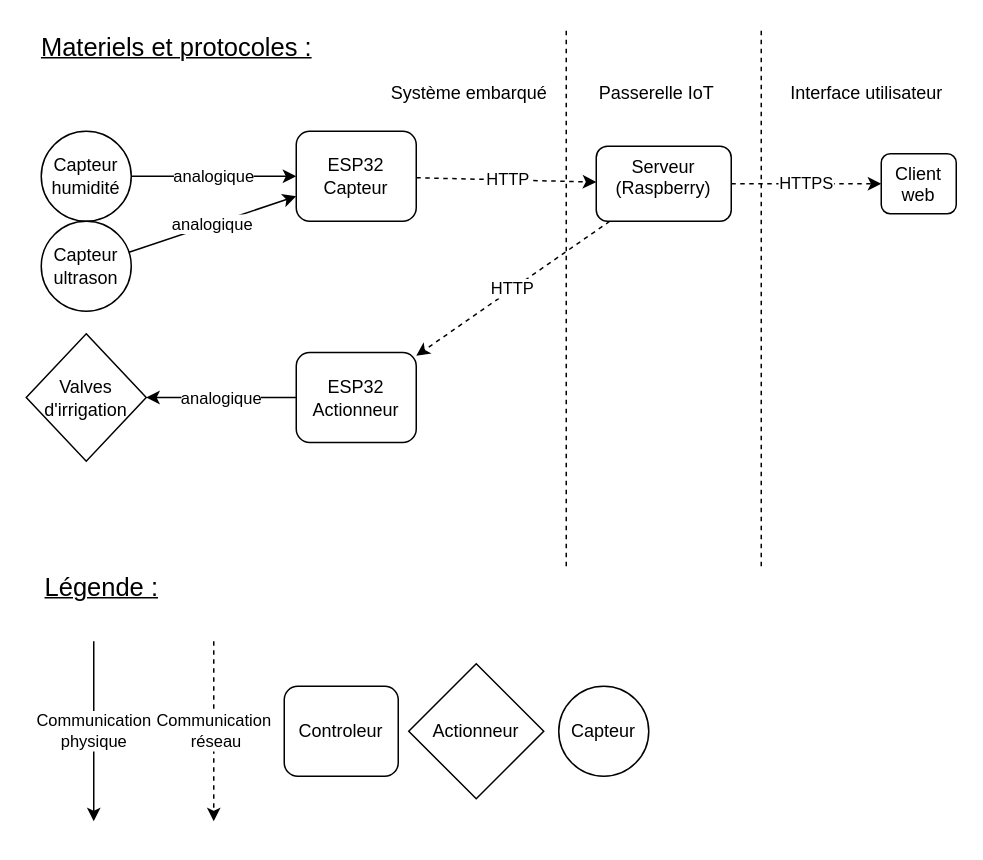
Nicolas-Delahaie/ynov-iot keeps this draw.io diagram as docs/archi_materielle.drawio. Above is the earlier version. Source tidied: cells renumbered, new cells numbered last; positions are measured from the earlier drawing's top-left corner, leaving out a move shared by most shapes. Both pictures are drawn from the tidied source at 150%, with x=0, y=0 at pixel (26, 26).
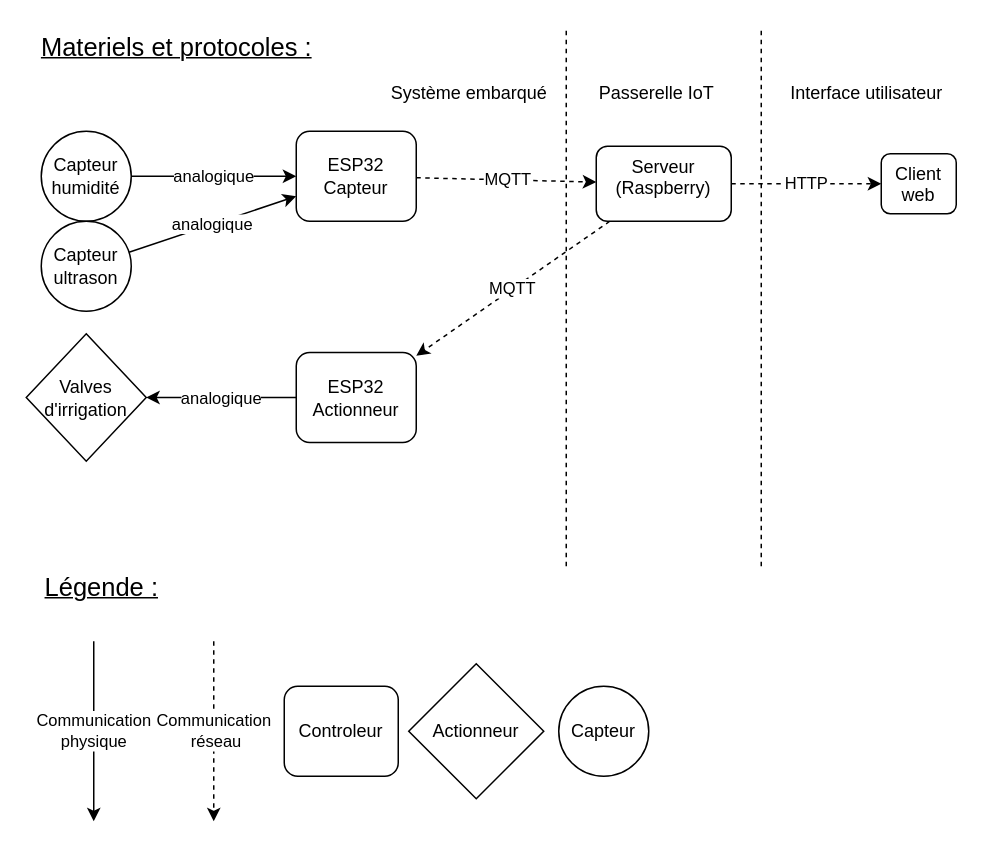
Above is the later version.

Commit message (it also covers changes not shown here):
FIX des diagrammes

Unchanged cells that the change refers to:
```xml
<mxCell id="5" value="ESP32&lt;div&gt;Capteur&lt;/div&gt;" style="rounded=1;whiteSpace=wrap;html=1;" parent="1" vertex="1">
  <mxGeometry x="180" y="70" width="80" height="60" as="geometry" />
</mxCell>
<mxCell id="7" value="Serveur (Raspberry)" style="rounded=1;whiteSpace=wrap;html=1;align=center;verticalAlign=top;" parent="1" vertex="1">
  <mxGeometry x="380" y="80" width="90" height="50" as="geometry" />
</mxCell>
<mxCell id="10" value="ESP32&lt;div&gt;Actionneur&lt;/div&gt;" style="rounded=1;whiteSpace=wrap;html=1;" parent="1" vertex="1">
  <mxGeometry x="180" y="217.5" width="80" height="60" as="geometry" />
</mxCell>
<mxCell id="20" value="Client web" style="rounded=1;whiteSpace=wrap;html=1;align=center;verticalAlign=top;" parent="1" vertex="1">
  <mxGeometry x="570" y="85" width="50" height="40" as="geometry" />
</mxCell>
```

Diff of the diagram source:
```diff
@@
-    <mxCell id="4" value="HTTP" style="edgeStyle=none;html=1;dashed=1;" parent="1" edge="1" source="5" target="7">
+    <mxCell id="4" value="MQTT" style="edgeStyle=none;html=1;dashed=1;" parent="1" edge="1" source="5" target="7">
       <mxGeometry x="0.01" relative="1" as="geometry" />
     </mxCell>
@@
-    <mxCell id="11" value="HTTP" style="edgeStyle=none;html=1;dashed=1;" parent="1" edge="1" source="7" target="10">
+    <mxCell id="11" value="MQTT" style="edgeStyle=none;html=1;dashed=1;" parent="1" edge="1" source="7" target="10">
       <mxGeometry relative="1" as="geometry" />
     </mxCell>
@@
-    <mxCell id="21" value="HTTPS" style="edgeStyle=none;html=1;dashed=1;" parent="1" edge="1" source="7" target="20">
+    <mxCell id="21" value="HTTP" style="edgeStyle=none;html=1;dashed=1;" parent="1" edge="1" source="7" target="20">
       <mxGeometry relative="1" as="geometry" />
     </mxCell>
```
